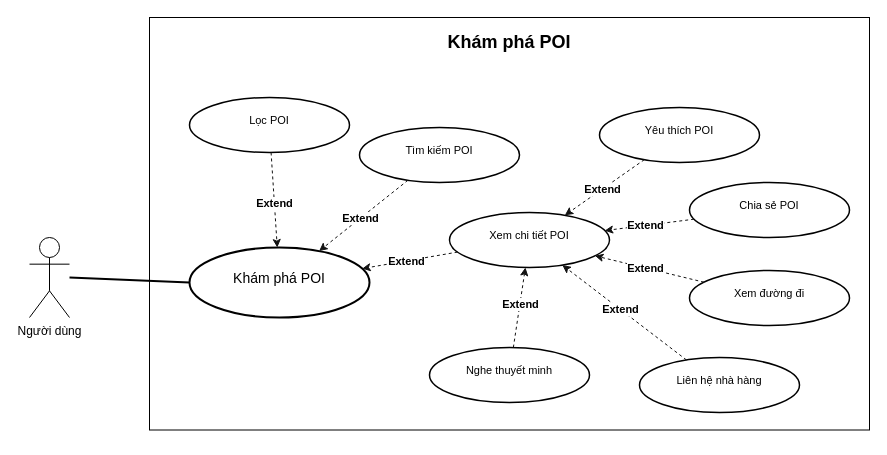
Above: page "02_KhamPhaPOI" (3 of 9) of docs/diagram/usecase/app/usecase_app.drawio in sangnp-s-organiztion/food-market-narrator (draw.io), before the change. Source tidied: cells renumbered, new cells numbered last; positions are measured from the earlier drawing's top-left corner, leaving out a move shared by most shapes. Both pictures are drawn from the tidied source at 100%, with x=0, y=0 at pixel (29, 17).
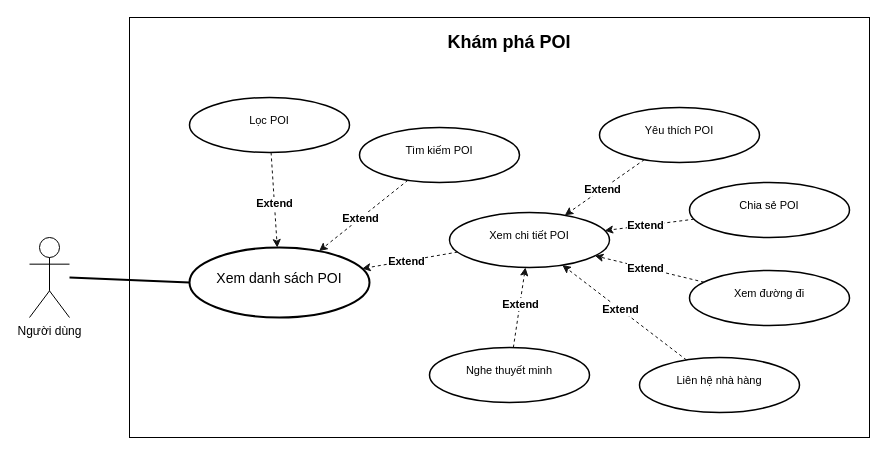
The same diagram, later.

The edit, as a diff of the source:
```diff
@@
-    <mxCell id="3" value="&lt;span style=&quot;font-weight: normal;&quot;&gt;Khám phá POI&lt;/span&gt;" style="ellipse;whiteSpace=wrap;html=1;strokeWidth=2;fillColor=#FFFFFF;strokeColor=light-dark(#000000,#000000);verticalAlign=top;spacing=6;spacingTop=12;spacingBottom=12;spacingLeft=12;spacingRight=12;fontSize=14;fontStyle=1;labelBackgroundColor=none;" parent="1" vertex="1">
+    <mxCell id="3" value="&lt;span style=&quot;font-weight: normal;&quot;&gt;Xem danh sách POI&lt;/span&gt;" style="ellipse;whiteSpace=wrap;html=1;strokeWidth=2;fillColor=#FFFFFF;strokeColor=light-dark(#000000,#000000);verticalAlign=top;spacing=6;spacingTop=12;spacingBottom=12;spacingLeft=12;spacingRight=12;fontSize=14;fontStyle=1;labelBackgroundColor=none;" parent="1" vertex="1">
       <mxGeometry x="160" y="230" width="180" height="70" as="geometry" />
     </mxCell>
@@
     <mxCell id="29" style="rounded=0;whiteSpace=wrap;html=1;strokeColor=light-dark(#000000,#000000);fillColor=none;" parent="1" vertex="1">
-      <mxGeometry x="120" width="720" height="412.5" as="geometry" />
+      <mxGeometry x="100" width="740" height="420" as="geometry" />
     </mxCell>
```
